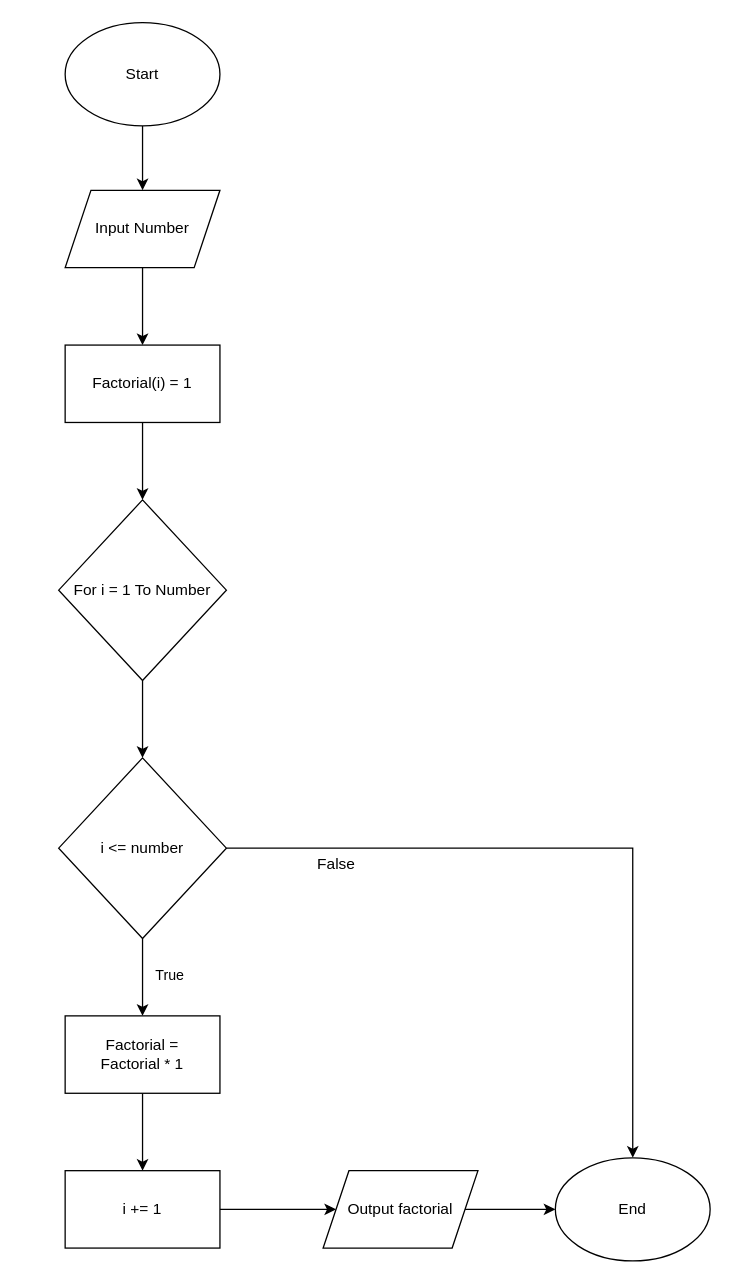
Above: soal-no1.drawio in hmiftachul11/dibimbing (draw.io), before the change. Source tidied: cells renumbered, new cells numbered last; positions are measured from the earlier drawing's top-left corner, leaving out a move shared by most shapes. Both pictures are drawn from the tidied source at 129%, with x=0, y=0 at pixel (58, 22).
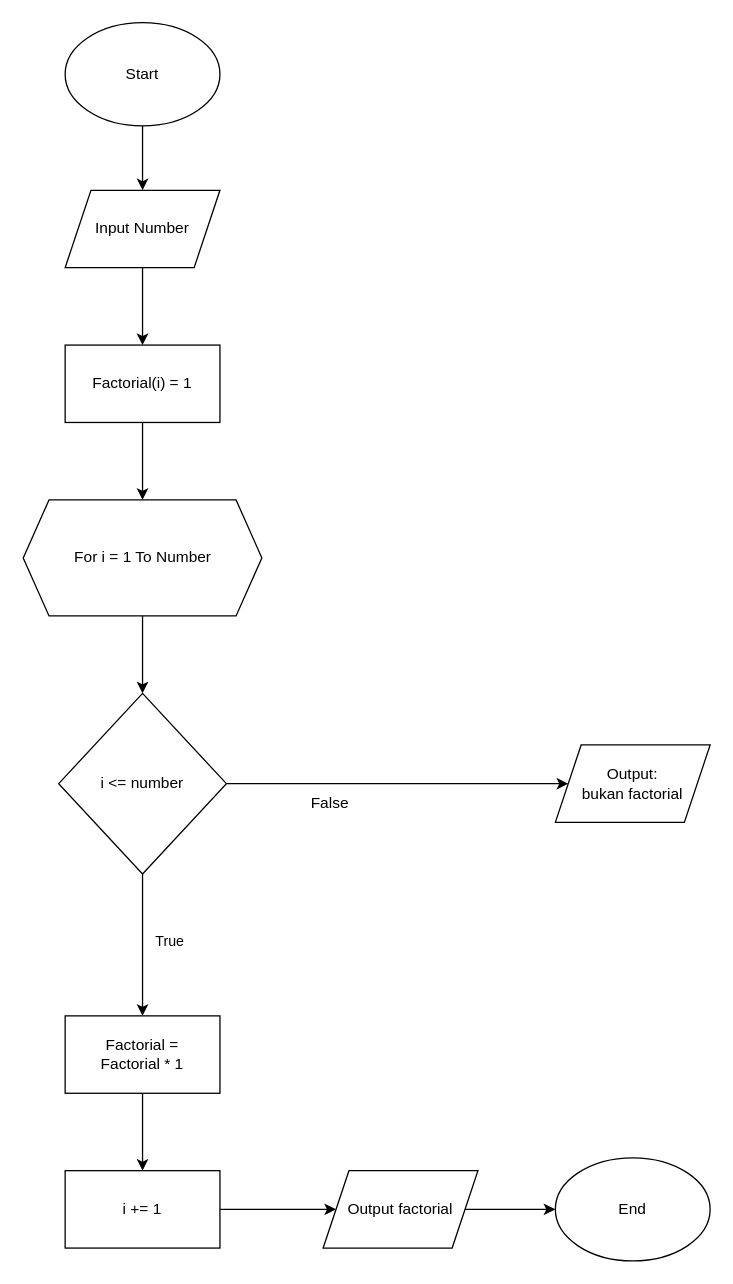
The same diagram, later.

The change refers to these unchanged cells:
```xml
<mxCell id="7" value="Factorial(i) = 1" style="whiteSpace=wrap;html=1;" parent="1" vertex="1">
  <mxGeometry x="5" y="250" width="120" height="60" as="geometry" />
</mxCell>
<mxCell id="20" value="End" style="ellipse;whiteSpace=wrap;html=1;" parent="1" vertex="1">
  <mxGeometry x="385" y="880" width="120" height="80" as="geometry" />
</mxCell>
```

Diff of the diagram source:
```diff
@@
-    <mxCell id="6" style="edgeStyle=orthogonalEdgeStyle;rounded=0;jettySize=auto;html=1;" parent="1" edge="1" source="7" target="9">
-      <mxGeometry relative="1" as="geometry" />
+    <mxCell id="6" style="edgeStyle=orthogonalEdgeStyle;rounded=0;jettySize=auto;html=1;" parent="1" edge="1" source="7">
+      <mxGeometry relative="1" as="geometry">
+        <mxPoint x="65" y="370" as="targetPoint" />
+      </mxGeometry>
     </mxCell>
@@
-    <mxCell id="8" style="edgeStyle=orthogonalEdgeStyle;rounded=0;jettySize=auto;html=1;" parent="1" edge="1" source="9" target="13">
+    <mxCell id="8" style="edgeStyle=orthogonalEdgeStyle;rounded=0;jettySize=auto;html=1;exitX=0.5;exitY=1;exitDx=0;exitDy=0;" parent="1" edge="1" source="9" target="13">
       <mxGeometry relative="1" as="geometry" />
     </mxCell>
-    <mxCell id="9" value="For i = 1 To Number" style="rhombus;whiteSpace=wrap;html=1;" parent="1" vertex="1">
-      <mxGeometry y="370" width="130" height="140" as="geometry" />
-    </mxCell>
@@
-    <mxCell id="12" style="edgeStyle=orthogonalEdgeStyle;rounded=0;jettySize=auto;html=1;entryX=0.5;entryY=0;entryDx=0;entryDy=0;" parent="1" edge="1" source="13" target="20">
-      <mxGeometry relative="1" as="geometry" />
-    </mxCell>
+    <mxCell id="22" style="edgeStyle=orthogonalEdgeStyle;rounded=0;jettySize=auto;html=1;entryX=0;entryY=0.5;entryDx=0;entryDy=0;" parent="1" edge="1" source="13" target="23">
+      <mxGeometry relative="1" as="geometry" />
+    </mxCell>
     <mxCell id="13" value="i &amp;lt;= number" style="rhombus;whiteSpace=wrap;html=1;" parent="1" vertex="1">
-      <mxGeometry y="570" width="130" height="140" as="geometry" />
+      <mxGeometry y="520" width="130" height="140" as="geometry" />
     </mxCell>
@@
     <mxCell id="21" value="False" style="text;html=1;align=center;verticalAlign=middle;strokeColor=none;fillColor=none;" parent="1" vertex="1">
-      <mxGeometry x="190" y="638" width="50" height="30" as="geometry" />
+      <mxGeometry x="185" y="590" width="50" height="30" as="geometry" />
     </mxCell>
+    <mxCell id="9" value="For i = 1 To Number" style="shape=hexagon;perimeter=hexagonPerimeter2;whiteSpace=wrap;html=1;fixedSize=1;" parent="1" vertex="1">
+      <mxGeometry x="-27.5" y="370" width="185" height="90" as="geometry" />
+    </mxCell>
+    <mxCell id="23" value="Output:&lt;br&gt;bukan factorial" style="shape=parallelogram;perimeter=parallelogramPerimeter;whiteSpace=wrap;html=1;fixedSize=1;" parent="1" vertex="1">
+      <mxGeometry x="385" y="560" width="120" height="60" as="geometry" />
+    </mxCell>
```
